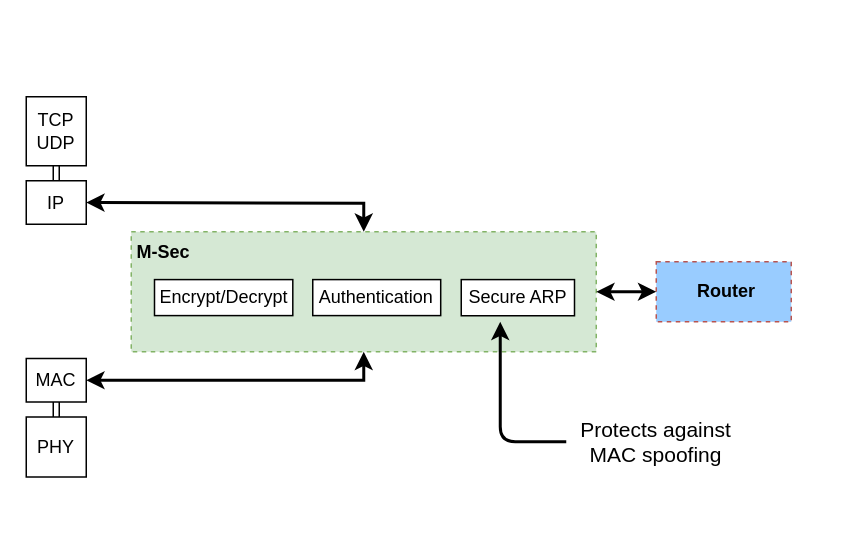
Earlier version of the draw.io diagram page "M-Sec" (2 of 3) of docs/figures/net_stack.drawio (mido3ds/C4IAN). Source tidied: cells renumbered, new cells numbered last; positions are measured from the earlier drawing's top-left corner, leaving out a move shared by most shapes. Both pictures are drawn from the tidied source at 150%, with x=0, y=0 at pixel (26, 96).
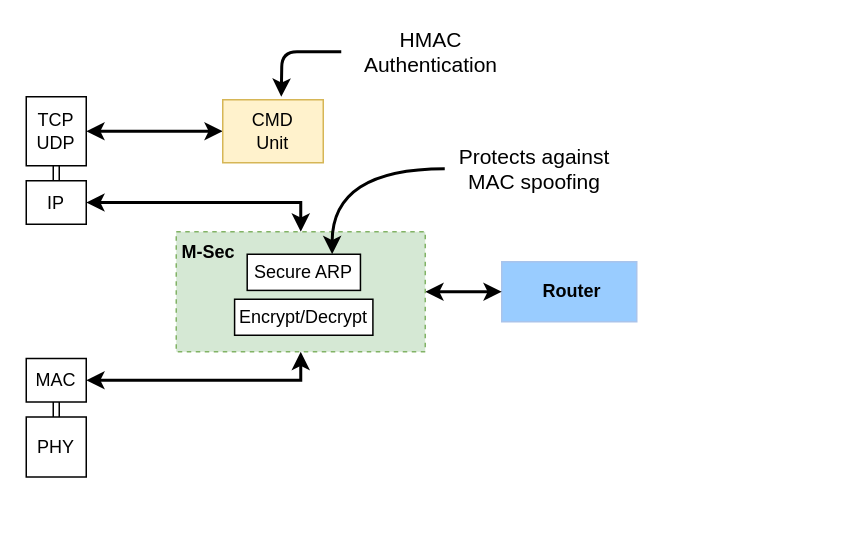
The same page after the edit.

The change refers to these unchanged cells:
```xml
<mxCell id="3" value="TCP&lt;br&gt;UDP" style="rounded=0;whiteSpace=wrap;html=1;" parent="1" vertex="1">
  <mxGeometry width="40" height="46" as="geometry" />
</mxCell>
<mxCell id="4" value="IP" style="rounded=0;whiteSpace=wrap;html=1;" parent="1" vertex="1">
  <mxGeometry y="56" width="40" height="29" as="geometry" />
</mxCell>
<mxCell id="6" value="MAC" style="rounded=0;whiteSpace=wrap;html=1;" parent="1" vertex="1">
  <mxGeometry y="174.5" width="40" height="29" as="geometry" />
</mxCell>
```

The edit, as a diff of the source:
```diff
@@
-    <mxCell id="8" style="group;" parent="1" vertex="1">
-      <mxGeometry x="30" y="140" width="500" height="140" as="geometry" />
-    </mxCell>
-    <mxCell id="9" style="group;" parent="8" vertex="1">
-      <mxGeometry x="40" y="-50" width="310" height="80" as="geometry" />
-    </mxCell>
-    <mxCell id="10" value="M-Sec" style="rounded=0;whiteSpace=wrap;html=1;verticalAlign=top;align=left;dashed=1;fontStyle=1;fontSize=12;fillColor=#d5e8d4;strokeColor=#82b366;spacingLeft=2;" parent="9" vertex="1">
-      <mxGeometry width="310" height="80" as="geometry" />
-    </mxCell>
-    <mxCell id="11" value="Encrypt/Decrypt" style="rounded=0;whiteSpace=wrap;html=1;align=center;" parent="9" vertex="1">
-      <mxGeometry x="15.5" y="31.9" width="92.2" height="24" as="geometry" />
-    </mxCell>
-    <mxCell id="12" value="Authentication" style="rounded=0;whiteSpace=wrap;html=1;align=center;" parent="9" vertex="1">
-      <mxGeometry x="121" y="31.9" width="85.3" height="24" as="geometry" />
-    </mxCell>
-    <mxCell id="13" value="Secure ARP" style="rounded=0;whiteSpace=wrap;html=1;align=center;" parent="9" vertex="1">
-      <mxGeometry x="220" y="31.9" width="75.5" height="24.1" as="geometry" />
-    </mxCell>
-    <mxCell id="14" style="endArrow=classic;html=1;labelBackgroundColor=none;strokeWidth=2;" parent="8" edge="1">
-      <mxGeometry relative="1" as="geometry">
-        <mxPoint x="330" y="90" as="sourcePoint" />
-        <mxPoint x="286" y="10" as="targetPoint" />
-        <Array as="points">
-          <mxPoint x="286" y="90" />
-        </Array>
-      </mxGeometry>
-    </mxCell>
+    <mxCell id="18" style="endArrow=classic;startArrow=classic;html=1;labelBackgroundColor=none;strokeWidth=2;exitX=1;exitY=0.5;exitDx=0;exitDy=0;entryX=0.5;entryY=0;entryDx=0;entryDy=0;rounded=0;edgeStyle=orthogonalEdgeStyle;" parent="1" edge="1" source="4" target="10">
+      <mxGeometry relative="1" as="geometry" />
+    </mxCell>
+    <mxCell id="19" style="endArrow=classic;startArrow=classic;html=1;labelBackgroundColor=none;strokeWidth=2;exitX=1;exitY=0.5;exitDx=0;exitDy=0;entryX=0.5;entryY=1;entryDx=0;entryDy=0;rounded=0;edgeStyle=orthogonalEdgeStyle;" parent="1" edge="1" source="6" target="10">
+      <mxGeometry relative="1" as="geometry" />
+    </mxCell>
-    <mxCell id="15" value="Router" style="rounded=0;whiteSpace=wrap;html=1;verticalAlign=middle;align=center;dashed=1;fontStyle=1;fontSize=12;strokeColor=#b85450;spacingTop=0;spacingLeft=4;fillColor=#99CCFF;spacingBottom=1;" parent="8" vertex="1">
-      <mxGeometry x="390" y="-30" width="90" height="40" as="geometry" />
+    <mxCell id="15" value="Router" style="rounded=0;whiteSpace=wrap;html=1;verticalAlign=middle;align=center;fontStyle=1;fontSize=12;spacingTop=0;spacingLeft=4;fillColor=#99CCFF;spacingBottom=1;strokeColor=#A9C4EB;" parent="1" vertex="1">
+      <mxGeometry x="317" y="110" width="90" height="40" as="geometry" />
     </mxCell>
-    <mxCell id="16" style="endArrow=classic;startArrow=classic;html=1;labelBackgroundColor=none;strokeWidth=2;entryX=0;entryY=0.5;entryDx=0;entryDy=0;exitX=1;exitY=0.5;exitDx=0;exitDy=0;" parent="8" edge="1" source="10" target="15">
-      <mxGeometry relative="1" as="geometry" />
+    <mxCell id="16" style="endArrow=classic;startArrow=classic;html=1;labelBackgroundColor=none;strokeWidth=2;entryX=0;entryY=0.5;entryDx=0;entryDy=0;exitX=1;exitY=0.5;exitDx=0;exitDy=0;" parent="1" edge="1" source="10" target="15">
+      <mxGeometry x="160" y="410" as="geometry" />
     </mxCell>
-    <mxCell id="17" value="&lt;font style=&quot;font-size: 14px&quot;&gt;Protects against MAC spoofing&lt;/font&gt;" style="text;html=1;strokeColor=none;fillColor=none;align=center;verticalAlign=middle;whiteSpace=wrap;rounded=0;" parent="8" vertex="1">
-      <mxGeometry x="330" y="80" width="120" height="20" as="geometry" />
+    <mxCell id="17" value="&lt;font style=&quot;font-size: 14px&quot;&gt;Protects against MAC spoofing&lt;/font&gt;" style="text;html=1;strokeColor=none;fillColor=none;align=center;verticalAlign=middle;whiteSpace=wrap;rounded=0;" parent="1" vertex="1">
+      <mxGeometry x="279" y="38" width="120" height="20" as="geometry" />
     </mxCell>
-    <mxCell id="18" style="endArrow=classic;startArrow=classic;html=1;labelBackgroundColor=none;strokeWidth=2;exitX=1;exitY=0.5;exitDx=0;exitDy=0;entryX=0.5;entryY=0;entryDx=0;entryDy=0;rounded=0;" parent="1" edge="1" source="4" target="10">
-      <mxGeometry relative="1" as="geometry">
-        <Array as="points">
-          <mxPoint x="225" y="71" />
-        </Array>
-      </mxGeometry>
-    </mxCell>
-    <mxCell id="19" style="endArrow=classic;startArrow=classic;html=1;labelBackgroundColor=none;strokeWidth=2;exitX=1;exitY=0.5;exitDx=0;exitDy=0;entryX=0.5;entryY=1;entryDx=0;entryDy=0;rounded=0;" parent="1" edge="1" source="6" target="10">
-      <mxGeometry relative="1" as="geometry">
-        <Array as="points">
-          <mxPoint x="225" y="189" />
-        </Array>
-      </mxGeometry>
-    </mxCell>
+    <mxCell id="10" value="M-Sec" style="rounded=0;whiteSpace=wrap;html=1;verticalAlign=top;align=left;dashed=1;fontStyle=1;fontSize=12;fillColor=#d5e8d4;strokeColor=#82b366;spacingLeft=2;" parent="1" vertex="1">
+      <mxGeometry x="100" y="90" width="166" height="80" as="geometry" />
+    </mxCell>
+    <mxCell id="11" value="Encrypt/Decrypt" style="rounded=0;whiteSpace=wrap;html=1;align=center;" parent="1" vertex="1">
+      <mxGeometry x="138.9" y="135" width="92.2" height="24" as="geometry" />
+    </mxCell>
+    <mxCell id="13" value="Secure ARP" style="rounded=0;whiteSpace=wrap;html=1;align=center;" parent="1" vertex="1">
+      <mxGeometry x="147.3" y="105" width="75.5" height="24.1" as="geometry" />
+    </mxCell>
+    <mxCell id="20" style="edgeStyle=orthogonalEdgeStyle;rounded=0;jettySize=auto;html=1;exitX=0;exitY=0.5;exitDx=0;exitDy=0;entryX=1;entryY=0.5;entryDx=0;entryDy=0;startArrow=classic;startFill=1;strokeWidth=2;" parent="1" edge="1" source="21" target="3">
+      <mxGeometry relative="1" as="geometry" />
+    </mxCell>
+    <mxCell id="21" value="CMD&lt;br&gt;Unit" style="rounded=0;whiteSpace=wrap;html=1;fillColor=#fff2cc;strokeColor=#d6b656;" parent="1" vertex="1">
+      <mxGeometry x="131" y="2" width="67" height="42" as="geometry" />
+    </mxCell>
+    <mxCell id="22" style="edgeStyle=orthogonalEdgeStyle;jettySize=auto;html=1;exitX=0;exitY=0.5;exitDx=0;exitDy=0;startArrow=none;startFill=0;strokeWidth=2;endArrow=classic;endFill=1;rounded=1;" parent="1" edge="1" source="23">
+      <mxGeometry relative="1" as="geometry">
+        <mxPoint x="170" as="targetPoint" />
+      </mxGeometry>
+    </mxCell>
+    <mxCell id="23" value="&lt;font style=&quot;font-size: 14px&quot;&gt;HMAC Authentication&lt;/font&gt;" style="text;html=1;strokeColor=none;fillColor=none;align=center;verticalAlign=middle;whiteSpace=wrap;rounded=0;" parent="1" vertex="1">
+      <mxGeometry x="210" y="-40" width="120" height="20" as="geometry" />
+    </mxCell>
+    <mxCell id="24" style="edgeStyle=orthogonalEdgeStyle;jettySize=auto;html=1;exitX=0;exitY=0.5;exitDx=0;exitDy=0;entryX=0.75;entryY=0;entryDx=0;entryDy=0;startArrow=none;startFill=0;endArrow=classic;endFill=1;strokeWidth=2;curved=1;" parent="1" edge="1" source="17" target="13">
+      <mxGeometry relative="1" as="geometry" />
+    </mxCell>
```
